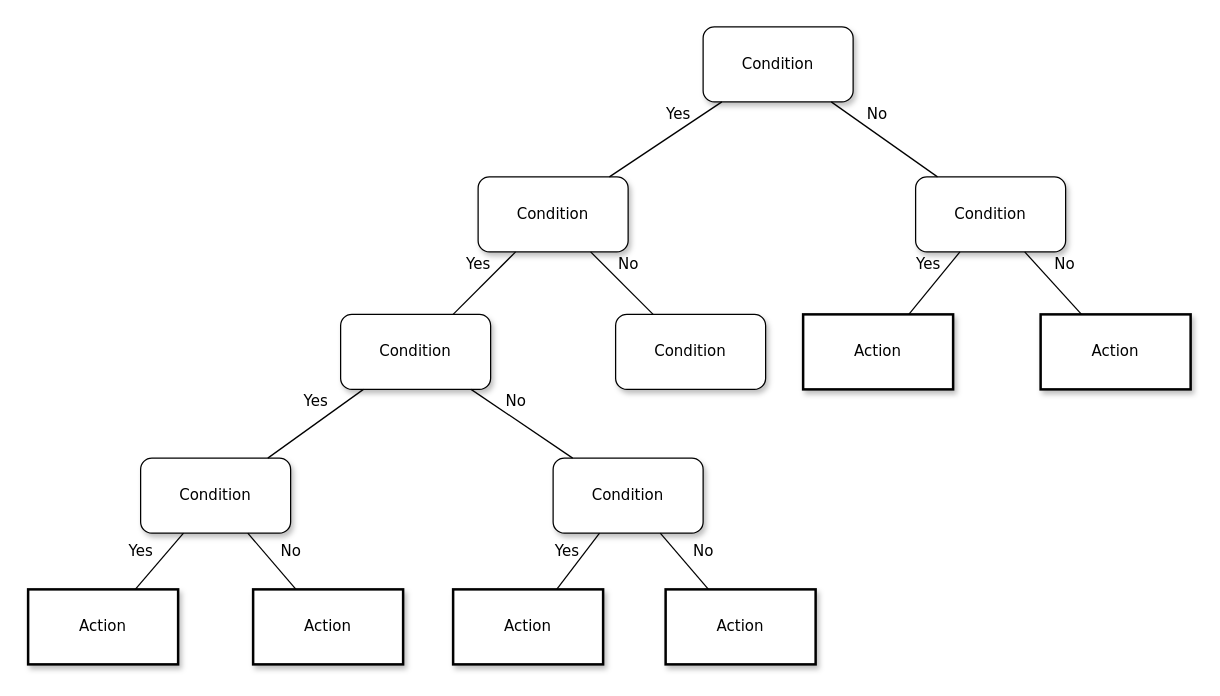
Before: DECISION TREE.drawio in ChanumoluGayathri/System_Design, a draw.io diagram. Source tidied: cells renumbered, new cells numbered last; positions are measured from the earlier drawing's top-left corner, leaving out a move shared by most shapes. Both pictures are drawn from the tidied source at 125%, with x=0, y=0 at pixel (28, 26).
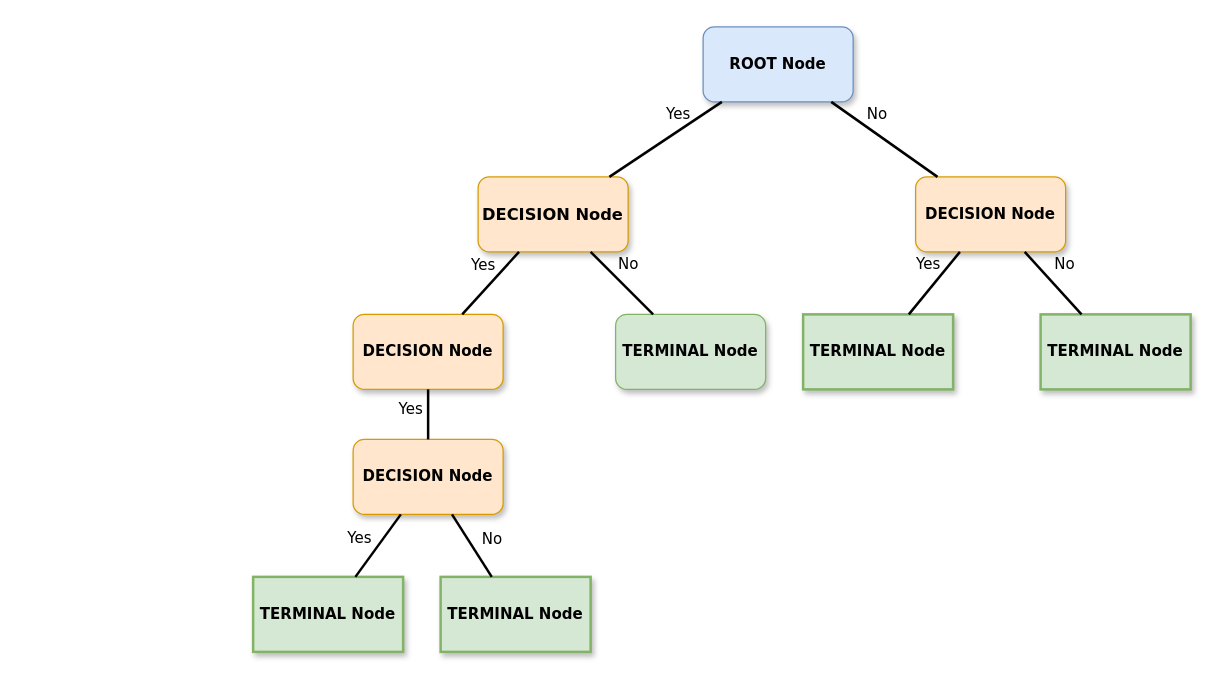
After the change.

Diff of the diagram source:
```diff
@@
-    <mxCell id="2" value="Condition" style="whiteSpace=wrap;html=1;rounded=1;shadow=1;labelBackgroundColor=none;strokeWidth=1;fontFamily=Verdana;fontSize=12;align=center;" parent="1" vertex="1">
+    <mxCell id="2" value="&lt;font size=&quot;1&quot; style=&quot;&quot;&gt;&lt;b style=&quot;font-size: 12px;&quot;&gt;ROOT Node&lt;/b&gt;&lt;/font&gt;" style="whiteSpace=wrap;html=1;rounded=1;shadow=1;labelBackgroundColor=none;strokeWidth=1;fontFamily=Verdana;fontSize=7;align=center;fillColor=#dae8fc;strokeColor=#6c8ebf;" parent="1" vertex="1">
       <mxGeometry x="540" width="120" height="60" as="geometry" />
     </mxCell>
-    <mxCell id="3" value="&lt;span&gt;Condition&lt;/span&gt;" style="whiteSpace=wrap;html=1;rounded=1;shadow=1;labelBackgroundColor=none;strokeWidth=1;fontFamily=Verdana;fontSize=12;align=center;" parent="1" vertex="1">
+    <mxCell id="3" value="&lt;b&gt;DECISION Node&lt;/b&gt;" style="whiteSpace=wrap;html=1;rounded=1;shadow=1;labelBackgroundColor=none;strokeWidth=1;fontFamily=Verdana;fontSize=13;align=center;fillColor=#ffe6cc;strokeColor=#d79b00;" parent="1" vertex="1">
       <mxGeometry x="360" y="120" width="120" height="60" as="geometry" />
     </mxCell>
-    <mxCell id="4" value="&lt;span&gt;Condition&lt;/span&gt;" style="whiteSpace=wrap;html=1;rounded=1;shadow=1;labelBackgroundColor=none;strokeWidth=1;fontFamily=Verdana;fontSize=12;align=center;" parent="1" vertex="1">
+    <mxCell id="4" value="&lt;b&gt;DECISION Node&lt;/b&gt;" style="whiteSpace=wrap;html=1;rounded=1;shadow=1;labelBackgroundColor=none;strokeWidth=1;fontFamily=Verdana;fontSize=12;align=center;fillColor=#ffe6cc;strokeColor=#d79b00;" parent="1" vertex="1">
       <mxGeometry x="710" y="120" width="120" height="60" as="geometry" />
     </mxCell>
-    <mxCell id="5" value="No" style="rounded=0;html=1;labelBackgroundColor=none;startArrow=none;startFill=0;startSize=5;endArrow=none;endFill=0;endSize=5;jettySize=auto;strokeWidth=1;fontFamily=Verdana;fontSize=12;" parent="1" edge="1" source="2" target="4">
+    <mxCell id="5" value="No" style="rounded=0;html=1;labelBackgroundColor=none;startArrow=none;startFill=0;startSize=5;endArrow=none;endFill=0;endSize=5;jettySize=auto;strokeWidth=2;fontFamily=Verdana;fontSize=12;" parent="1" edge="1" source="2" target="4">
       <mxGeometry x="-0.3" y="13" relative="1" as="geometry" />
     </mxCell>
-    <mxCell id="6" value="Yes" style="rounded=0;html=1;labelBackgroundColor=none;startArrow=none;startFill=0;startSize=5;endArrow=none;endFill=0;endSize=5;jettySize=auto;strokeWidth=1;fontFamily=Verdana;fontSize=12;" parent="1" edge="1" source="2" target="3">
+    <mxCell id="6" value="Yes" style="rounded=0;html=1;labelBackgroundColor=none;startArrow=none;startFill=0;startSize=5;endArrow=none;endFill=0;endSize=5;jettySize=auto;strokeWidth=2;fontFamily=Verdana;fontSize=12;" parent="1" edge="1" source="2" target="3">
       <mxGeometry x="-0.36" y="-11" relative="1" as="geometry" />
     </mxCell>
-    <mxCell id="7" value="&lt;span&gt;Condition&lt;/span&gt;" style="whiteSpace=wrap;html=1;rounded=1;shadow=1;labelBackgroundColor=none;strokeWidth=1;fontFamily=Verdana;fontSize=12;align=center;" parent="1" vertex="1">
-      <mxGeometry x="250" y="230" width="120" height="60" as="geometry" />
+    <mxCell id="7" value="&lt;b&gt;DECISION Node&lt;/b&gt;" style="whiteSpace=wrap;html=1;rounded=1;shadow=1;labelBackgroundColor=none;strokeWidth=1;fontFamily=Verdana;fontSize=12;align=center;fillColor=#ffe6cc;strokeColor=#d79b00;" parent="1" vertex="1">
+      <mxGeometry x="260" y="230" width="120" height="60" as="geometry" />
     </mxCell>
-    <mxCell id="8" value="&lt;span&gt;Condition&lt;/span&gt;" style="whiteSpace=wrap;html=1;rounded=1;shadow=1;labelBackgroundColor=none;strokeWidth=1;fontFamily=Verdana;fontSize=12;align=center;" parent="1" vertex="1">
+    <mxCell id="8" value="&lt;b&gt;TERMINAL Node&lt;/b&gt;" style="whiteSpace=wrap;html=1;rounded=1;shadow=1;labelBackgroundColor=none;strokeWidth=1;fontFamily=Verdana;fontSize=12;align=center;fillColor=#d5e8d4;strokeColor=#82b366;" parent="1" vertex="1">
       <mxGeometry x="470" y="230" width="120" height="60" as="geometry" />
     </mxCell>
-    <mxCell id="9" value="&lt;span&gt;Action&lt;/span&gt;" style="whiteSpace=wrap;html=1;rounded=0;shadow=1;labelBackgroundColor=none;strokeWidth=2;fontFamily=Verdana;fontSize=12;align=center;" parent="1" vertex="1">
+    <mxCell id="9" value="&lt;b&gt;TERMINAL Node&lt;/b&gt;" style="whiteSpace=wrap;html=1;rounded=0;shadow=1;labelBackgroundColor=none;strokeWidth=2;fontFamily=Verdana;fontSize=12;align=center;fillColor=#d5e8d4;strokeColor=#82b366;" parent="1" vertex="1">
       <mxGeometry x="620" y="230" width="120" height="60" as="geometry" />
     </mxCell>
-    <mxCell id="10" value="&lt;span&gt;Action&lt;/span&gt;" style="whiteSpace=wrap;html=1;rounded=0;shadow=1;labelBackgroundColor=none;strokeWidth=2;fontFamily=Verdana;fontSize=12;align=center;" parent="1" vertex="1">
+    <mxCell id="10" value="&lt;b&gt;TERMINAL Node&lt;/b&gt;" style="whiteSpace=wrap;html=1;rounded=0;shadow=1;labelBackgroundColor=none;strokeWidth=2;fontFamily=Verdana;fontSize=12;align=center;fillColor=#d5e8d4;strokeColor=#82b366;" parent="1" vertex="1">
       <mxGeometry x="810" y="230" width="120" height="60" as="geometry" />
     </mxCell>
-    <mxCell id="11" value="&lt;span&gt;Condition&lt;/span&gt;" style="whiteSpace=wrap;html=1;rounded=1;shadow=1;labelBackgroundColor=none;strokeWidth=1;fontFamily=Verdana;fontSize=12;align=center;" parent="1" vertex="1">
-      <mxGeometry x="90" y="345" width="120" height="60" as="geometry" />
+    <mxCell id="11" value="&lt;b&gt;DECISION Node&lt;/b&gt;" style="whiteSpace=wrap;html=1;rounded=1;shadow=1;labelBackgroundColor=none;strokeWidth=1;fontFamily=Verdana;fontSize=12;align=center;fillColor=#ffe6cc;strokeColor=#d79b00;" parent="1" vertex="1">
+      <mxGeometry x="260" y="330" width="120" height="60" as="geometry" />
     </mxCell>
-    <mxCell id="12" value="&lt;span&gt;Condition&lt;/span&gt;" style="whiteSpace=wrap;html=1;rounded=1;shadow=1;labelBackgroundColor=none;strokeWidth=1;fontFamily=Verdana;fontSize=12;align=center;" parent="1" vertex="1">
-      <mxGeometry x="420" y="345" width="120" height="60" as="geometry" />
-    </mxCell>
-    <mxCell id="13" value="Yes" style="rounded=0;html=1;labelBackgroundColor=none;startArrow=none;startFill=0;startSize=5;endArrow=none;endFill=0;endSize=5;jettySize=auto;strokeWidth=1;fontFamily=Verdana;fontSize=12;" parent="1" edge="1" source="3" target="7">
+    <mxCell id="13" value="Yes" style="rounded=0;html=1;labelBackgroundColor=none;startArrow=none;startFill=0;startSize=5;endArrow=none;endFill=0;endSize=5;jettySize=auto;strokeWidth=2;fontFamily=Verdana;fontSize=12;" parent="1" edge="1" source="3" target="7">
       <mxGeometry x="-0.2" y="-14" relative="1" as="geometry" />
     </mxCell>
-    <mxCell id="14" value="No" style="rounded=0;html=1;labelBackgroundColor=none;startArrow=none;startFill=0;startSize=5;endArrow=none;endFill=0;endSize=5;jettySize=auto;strokeWidth=1;fontFamily=Verdana;fontSize=12;" parent="1" edge="1" source="3" target="8">
+    <mxCell id="14" value="No" style="rounded=0;html=1;labelBackgroundColor=none;startArrow=none;startFill=0;startSize=5;endArrow=none;endFill=0;endSize=5;jettySize=auto;strokeWidth=2;fontFamily=Verdana;fontSize=12;" parent="1" edge="1" source="3" target="8">
       <mxGeometry x="-0.2" y="14" relative="1" as="geometry" />
     </mxCell>
-    <mxCell id="15" value="Yes" style="rounded=0;html=1;labelBackgroundColor=none;startArrow=none;startFill=0;startSize=5;endArrow=none;endFill=0;endSize=5;jettySize=auto;strokeWidth=1;fontFamily=Verdana;fontSize=12;" parent="1" edge="1" source="4" target="9">
+    <mxCell id="15" value="Yes" style="rounded=0;html=1;labelBackgroundColor=none;startArrow=none;startFill=0;startSize=5;endArrow=none;endFill=0;endSize=5;jettySize=auto;strokeWidth=2;fontFamily=Verdana;fontSize=12;" parent="1" edge="1" source="4" target="9">
       <mxGeometry x="-0.26" y="-13" relative="1" as="geometry" />
     </mxCell>
-    <mxCell id="16" value="No" style="rounded=0;html=1;labelBackgroundColor=none;startArrow=none;startFill=0;startSize=5;endArrow=none;endFill=0;endSize=5;jettySize=auto;strokeWidth=1;fontFamily=Verdana;fontSize=12;" parent="1" edge="1" source="4" target="10">
+    <mxCell id="16" value="No" style="rounded=0;html=1;labelBackgroundColor=none;startArrow=none;startFill=0;startSize=5;endArrow=none;endFill=0;endSize=5;jettySize=auto;strokeWidth=2;fontFamily=Verdana;fontSize=12;" parent="1" edge="1" source="4" target="10">
       <mxGeometry x="-0.13" y="17" relative="1" as="geometry" />
     </mxCell>
-    <mxCell id="17" value="Yes" style="rounded=0;html=1;labelBackgroundColor=none;startArrow=none;startFill=0;startSize=5;endArrow=none;endFill=0;endSize=5;jettySize=auto;strokeWidth=1;fontFamily=Verdana;fontSize=12;" parent="1" edge="1" source="7" target="11">
+    <mxCell id="17" value="Yes" style="rounded=0;html=1;labelBackgroundColor=none;startArrow=none;startFill=0;startSize=5;endArrow=none;endFill=0;endSize=5;jettySize=auto;strokeWidth=2;fontFamily=Verdana;fontSize=12;" parent="1" edge="1" source="7" target="11">
       <mxGeometry x="-0.22" y="-14" relative="1" as="geometry" />
     </mxCell>
-    <mxCell id="18" value="No" style="rounded=0;html=1;labelBackgroundColor=none;startArrow=none;startFill=0;startSize=5;endArrow=none;endFill=0;endSize=5;jettySize=auto;strokeWidth=1;fontFamily=Verdana;fontSize=12;" parent="1" edge="1" source="7" target="12">
-      <mxGeometry x="-0.28" y="12" relative="1" as="geometry" />
-    </mxCell>
-    <mxCell id="19" value="Action" style="whiteSpace=wrap;html=1;rounded=0;shadow=1;labelBackgroundColor=none;strokeWidth=2;fontFamily=Verdana;fontSize=12;align=center;" parent="1" vertex="1">
-      <mxGeometry y="450" width="120" height="60" as="geometry" />
+    <mxCell id="19" value="&lt;b&gt;TERMINAL Node&lt;/b&gt;" style="whiteSpace=wrap;html=1;rounded=0;shadow=1;labelBackgroundColor=none;strokeWidth=2;fontFamily=Verdana;fontSize=12;align=center;fillColor=#d5e8d4;strokeColor=#82b366;" parent="1" vertex="1">
+      <mxGeometry x="180" y="440" width="120" height="60" as="geometry" />
     </mxCell>
-    <mxCell id="20" value="&lt;span&gt;Action&lt;/span&gt;" style="whiteSpace=wrap;html=1;rounded=0;shadow=1;labelBackgroundColor=none;strokeWidth=2;fontFamily=Verdana;fontSize=12;align=center;" parent="1" vertex="1">
-      <mxGeometry x="180" y="450" width="120" height="60" as="geometry" />
+    <mxCell id="20" value="&lt;b&gt;TERMINAL Node&lt;/b&gt;" style="whiteSpace=wrap;html=1;rounded=0;shadow=1;labelBackgroundColor=none;strokeWidth=2;fontFamily=Verdana;fontSize=12;align=center;fillColor=#d5e8d4;strokeColor=#82b366;" parent="1" vertex="1">
+      <mxGeometry x="330" y="440" width="120" height="60" as="geometry" />
     </mxCell>
-    <mxCell id="21" value="&lt;span&gt;Action&lt;/span&gt;" style="whiteSpace=wrap;html=1;rounded=0;shadow=1;labelBackgroundColor=none;strokeWidth=2;fontFamily=Verdana;fontSize=12;align=center;" parent="1" vertex="1">
-      <mxGeometry x="340" y="450" width="120" height="60" as="geometry" />
-    </mxCell>
-    <mxCell id="22" value="&lt;span&gt;Action&lt;/span&gt;" style="whiteSpace=wrap;html=1;rounded=0;shadow=1;labelBackgroundColor=none;strokeWidth=2;fontFamily=Verdana;fontSize=12;align=center;" parent="1" vertex="1">
-      <mxGeometry x="510" y="450" width="120" height="60" as="geometry" />
-    </mxCell>
-    <mxCell id="23" value="Yes" style="rounded=0;html=1;labelBackgroundColor=none;startArrow=none;startFill=0;startSize=5;endArrow=none;endFill=0;endSize=5;jettySize=auto;strokeWidth=1;fontFamily=Verdana;fontSize=12;" parent="1" edge="1" source="11" target="19">
+    <mxCell id="23" value="Yes" style="rounded=0;html=1;labelBackgroundColor=none;startArrow=none;startFill=0;startSize=5;endArrow=none;endFill=0;endSize=5;jettySize=auto;strokeWidth=2;fontFamily=Verdana;fontSize=12;" parent="1" edge="1" source="11" target="19">
       <mxGeometry x="0.14" y="-16" relative="1" as="geometry" />
     </mxCell>
-    <mxCell id="24" value="No" style="rounded=0;html=1;labelBackgroundColor=none;startArrow=none;startFill=0;startSize=5;endArrow=none;endFill=0;endSize=5;jettySize=auto;strokeWidth=1;fontFamily=Verdana;fontSize=12;" parent="1" edge="1" source="11" target="20">
+    <mxCell id="24" value="No" style="rounded=0;html=1;labelBackgroundColor=none;startArrow=none;startFill=0;startSize=5;endArrow=none;endFill=0;endSize=5;jettySize=auto;strokeWidth=2;fontFamily=Verdana;fontSize=12;" parent="1" edge="1" source="11" target="20">
       <mxGeometry x="0.14" y="16" relative="1" as="geometry" />
     </mxCell>
-    <mxCell id="25" value="Yes" style="rounded=0;html=1;labelBackgroundColor=none;startArrow=none;startFill=0;startSize=5;endArrow=none;endFill=0;endSize=5;jettySize=auto;strokeWidth=1;fontFamily=Verdana;fontSize=12;" parent="1" edge="1" source="12" target="21">
-      <mxGeometry y="-12" relative="1" as="geometry" />
-    </mxCell>
-    <mxCell id="26" value="No" style="rounded=0;html=1;labelBackgroundColor=none;startArrow=none;startFill=0;startSize=5;endArrow=none;endFill=0;endSize=5;jettySize=auto;strokeWidth=1;fontFamily=Verdana;fontSize=12;" parent="1" edge="1" source="12" target="22">
-      <mxGeometry x="0.14" y="16" relative="1" as="geometry" />
-    </mxCell>
```
